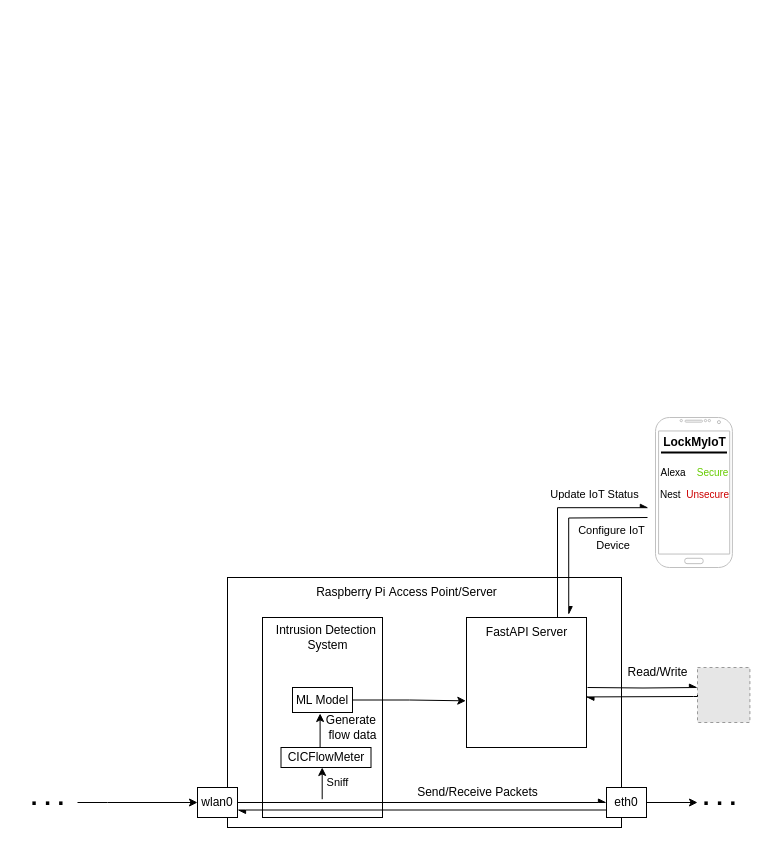
Above: rbp_server.drawio in smalih/iot_monitor (draw.io), before the change. Source tidied: cells renumbered, new cells numbered last; positions are measured from the earlier drawing's top-left corner, leaving out a move shared by most shapes. Both pictures are drawn from the tidied source at 100%, with x=0, y=0 at pixel (17, 417). Pictures stored in the file or linked from it are replaced by grey dashed boxes.
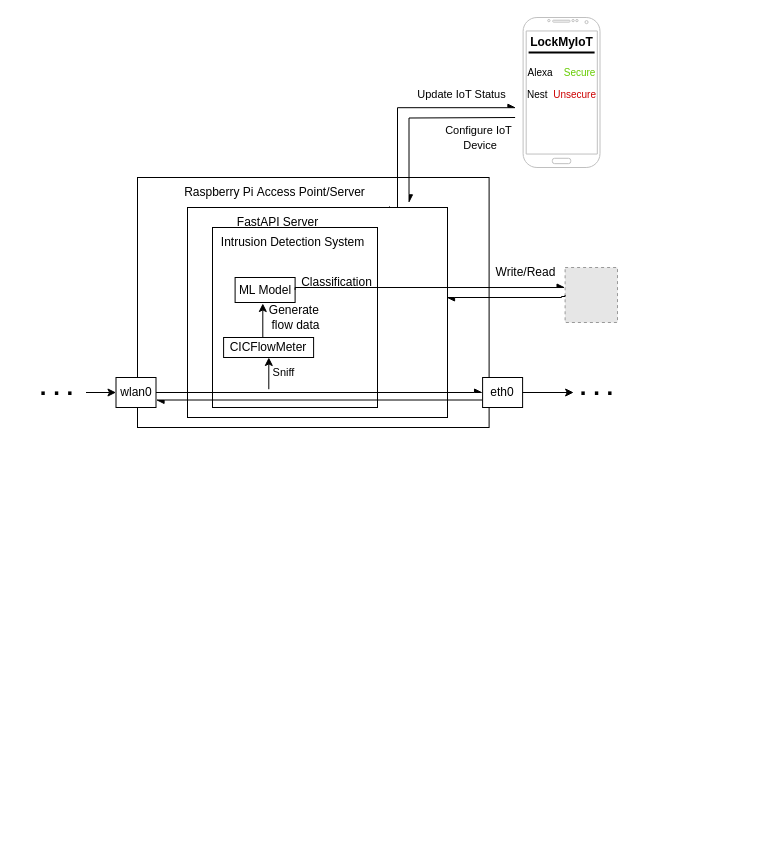
Above is the later version.

What changed in the source:
```diff
@@
-    <mxCell id="2" style="rounded=0;whiteSpace=wrap;html=1;" parent="1" vertex="1">
-      <mxGeometry x="210" y="160" width="394" height="250" as="geometry" />
-    </mxCell>
+    <mxCell id="37" style="rounded=0;whiteSpace=wrap;html=1;" parent="1" vertex="1">
+      <mxGeometry x="120" y="-240" width="351.6" height="250" as="geometry" />
+    </mxCell>
     <mxCell id="3" value="Raspberry Pi&amp;nbsp;&lt;span style=&quot;background-color: transparent; color: light-dark(rgb(0, 0, 0), rgb(255, 255, 255));&quot;&gt;Access Point/Server&lt;/span&gt;" style="text;html=1;align=center;verticalAlign=middle;strokeColor=none;fillColor=none;" parent="1" vertex="1">
-      <mxGeometry x="289" y="160" width="200" height="30" as="geometry" />
+      <mxGeometry x="156.6" y="-240" width="200" height="30" as="geometry" />
     </mxCell>
-    <mxCell id="4" value="Send/Receive Packets" style="text;html=1;align=center;verticalAlign=middle;strokeColor=none;fillColor=none;" parent="1" vertex="1">
-      <mxGeometry x="389.5" y="360" width="140" height="30" as="geometry" />
-    </mxCell>
-    <mxCell id="5" style="whiteSpace=wrap;html=1;" parent="1" vertex="1">
-      <mxGeometry x="245" y="200" width="120" height="200" as="geometry" />
-    </mxCell>
+    <mxCell id="38" style="whiteSpace=wrap;html=1;" parent="1" vertex="1">
+      <mxGeometry x="170" y="-210" width="260" height="210" as="geometry" />
+    </mxCell>
+    <mxCell id="39" style="whiteSpace=wrap;html=1;" parent="1" vertex="1">
+      <mxGeometry x="195" y="-190" width="165" height="180" as="geometry" />
+    </mxCell>
-    <mxCell id="6" value="Intrusion Detection&amp;nbsp;&lt;div&gt;System&lt;/div&gt;" style="text;html=1;align=center;verticalAlign=middle;strokeColor=none;fillColor=none;" parent="1" vertex="1">
-      <mxGeometry x="245" y="200" width="130" height="40" as="geometry" />
+    <mxCell id="6" value="Intrusion Detection&amp;nbsp;&lt;span style=&quot;background-color: transparent; color: light-dark(rgb(0, 0, 0), rgb(255, 255, 255));&quot;&gt;System&lt;/span&gt;" style="text;html=1;align=center;verticalAlign=middle;strokeColor=none;fillColor=none;" parent="1" vertex="1">
+      <mxGeometry x="190" y="-190" width="170" height="30" as="geometry" />
     </mxCell>
     <mxCell id="7" value="CICFlowMeter" style="whiteSpace=wrap;html=1;" parent="1" vertex="1">
-      <mxGeometry x="263.5" y="330" width="90" height="20" as="geometry" />
+      <mxGeometry x="206.1" y="-80" width="90" height="20" as="geometry" />
     </mxCell>
     <mxCell id="8" value="ML Model" style="whiteSpace=wrap;html=1;" parent="1" vertex="1">
-      <mxGeometry x="275" y="270" width="60" height="25" as="geometry" />
+      <mxGeometry x="217.6" y="-140" width="60" height="25" as="geometry" />
     </mxCell>
-    <mxCell id="9" style="whiteSpace=wrap;html=1;" parent="1" vertex="1">
-      <mxGeometry x="449" y="200" width="120" height="130" as="geometry" />
-    </mxCell>
     <mxCell id="10" value="FastAPI Server" style="text;html=1;align=center;verticalAlign=middle;points=[];strokeColor=none;fillColor=none;" parent="1" vertex="1">
-      <mxGeometry x="459" y="200" width="100" height="30" as="geometry" />
+      <mxGeometry x="210" y="-210" width="100" height="30" as="geometry" />
     </mxCell>
-    <mxCell id="11" style="edgeStyle=orthogonalEdgeStyle;rounded=0;orthogonalLoop=1;jettySize=auto;html=1;" parent="1" edge="1">
-      <mxGeometry relative="1" as="geometry">
-        <mxPoint x="307.4" y="330" as="sourcePoint" />
-        <mxPoint x="302.6" y="296" as="targetPoint" />
-      </mxGeometry>
-    </mxCell>
-    <mxCell id="12" style="edgeStyle=orthogonalEdgeStyle;rounded=0;jettySize=auto;html=1;entryX=-0.006;entryY=0.641;entryDx=0;entryDy=0;entryPerimeter=0;" parent="1" edge="1" source="8" target="9">
-      <mxGeometry relative="1" as="geometry" />
-    </mxCell>
-    <mxCell id="13" style="fillColor=#E6E6E6;strokeColor=#999999;dashed=1;verticalLabelPosition=bottom;labelBackgroundColor=default;verticalAlign=top;" parent="1" vertex="1">
-      <mxGeometry x="680" y="250" width="52.4" height="55" as="geometry" />
-    </mxCell>
-    <mxCell id="14" style="verticalLabelPosition=bottom;verticalAlign=top;html=1;shadow=0;dashed=0;strokeWidth=1;shape=mxgraph.android.phone2;strokeColor=#c0c0c0;" parent="1" vertex="1">
-      <mxGeometry x="638" width="76.9" height="150" as="geometry" />
-    </mxCell>
+    <mxCell id="40" style="edgeStyle=orthogonalEdgeStyle;rounded=0;orthogonalLoop=1;jettySize=auto;html=1;" parent="1" edge="1">
+      <mxGeometry relative="1" as="geometry">
+        <mxPoint x="250" y="-80" as="sourcePoint" />
+        <mxPoint x="245.3" y="-114" as="targetPoint" />
+      </mxGeometry>
+    </mxCell>
+    <mxCell id="41" style="fillColor=#E6E6E6;strokeColor=#999999;dashed=1;verticalLabelPosition=bottom;labelBackgroundColor=default;verticalAlign=top;" parent="1" vertex="1">
+      <mxGeometry x="547.6" y="-150" width="52.4" height="55" as="geometry" />
+    </mxCell>
+    <mxCell id="42" style="verticalLabelPosition=bottom;verticalAlign=top;html=1;shadow=0;dashed=0;strokeWidth=1;shape=mxgraph.android.phone2;strokeColor=#c0c0c0;" parent="1" vertex="1">
+      <mxGeometry x="505.6" y="-400" width="76.9" height="150" as="geometry" />
+    </mxCell>
     <mxCell id="15" value="&lt;font style=&quot;font-size: 10px;&quot;&gt;Alexa&amp;nbsp; &amp;nbsp; &lt;font style=&quot;color: rgb(102, 204, 0);&quot;&gt;Secure&lt;/font&gt;&lt;/font&gt;" style="text;html=1;align=center;verticalAlign=middle;strokeColor=none;fillColor=none;" parent="1" vertex="1">
-      <mxGeometry x="631.5" y="40" width="90" height="30" as="geometry" />
+      <mxGeometry x="499.1" y="-360" width="90" height="30" as="geometry" />
     </mxCell>
     <mxCell id="16" value="&lt;font style=&quot;font-size: 10px;&quot;&gt;Nest&amp;nbsp; &lt;font style=&quot;color: rgb(204, 0, 0);&quot;&gt;Unsecure&lt;/font&gt;&lt;/font&gt;" style="text;html=1;align=center;verticalAlign=middle;points=[];strokeColor=none;fillColor=none;" parent="1" vertex="1">
-      <mxGeometry x="631.5" y="62" width="90" height="30" as="geometry" />
+      <mxGeometry x="499.1" y="-338" width="90" height="30" as="geometry" />
     </mxCell>
     <mxCell id="17" value="&lt;b&gt;LockMyIoT&lt;/b&gt;" style="text;html=1;align=center;verticalAlign=middle;strokeColor=none;fillColor=none;" parent="1" vertex="1">
-      <mxGeometry x="631.5" y="10" width="90" height="30" as="geometry" />
+      <mxGeometry x="499.1" y="-390" width="90" height="30" as="geometry" />
     </mxCell>
-    <mxCell id="18" style="line;strokeWidth=2;html=1;" parent="1" vertex="1">
-      <mxGeometry x="643.5" y="30" width="66" height="10" as="geometry" />
-    </mxCell>
+    <mxCell id="43" style="line;strokeWidth=2;html=1;" parent="1" vertex="1">
+      <mxGeometry x="511.1" y="-370" width="66" height="10" as="geometry" />
+    </mxCell>
@@
     <mxCell id="20" value="eth0" style="rounded=0;whiteSpace=wrap;html=1;" parent="1" vertex="1">
-      <mxGeometry x="589" y="370" width="40" height="30" as="geometry" />
+      <mxGeometry x="465.1" y="-40" width="40" height="30" as="geometry" />
     </mxCell>
@@
     <mxCell id="22" value="wlan0" style="rounded=0;whiteSpace=wrap;html=1;" parent="1" vertex="1">
-      <mxGeometry x="180" y="370" width="40" height="30" as="geometry" />
+      <mxGeometry x="98.5" y="-40" width="40" height="30" as="geometry" />
     </mxCell>
     <mxCell id="23" value="&lt;font style=&quot;font-size: 11px;&quot;&gt;Sniff&lt;/font&gt;" style="text;html=1;align=center;verticalAlign=middle;points=[];strokeColor=none;fillColor=none;" parent="1" vertex="1">
-      <mxGeometry x="294.5" y="350" width="50" height="30" as="geometry" />
+      <mxGeometry x="241.1" y="-60" width="50" height="30" as="geometry" />
     </mxCell>
-    <mxCell id="24" style="endArrow=classic;html=1;rounded=0;entryX=0.5;entryY=1;entryDx=0;entryDy=0;exitX=0.204;exitY=1.057;exitDx=0;exitDy=0;exitPerimeter=0;" parent="1" edge="1" source="23">
-      <mxGeometry relative="1" as="geometry">
-        <mxPoint x="304.7" y="350" as="targetPoint" />
-      </mxGeometry>
-    </mxCell>
+    <mxCell id="44" style="endArrow=classic;html=1;rounded=0;entryX=0.5;entryY=1;entryDx=0;entryDy=0;exitX=0.204;exitY=1.057;exitDx=0;exitDy=0;exitPerimeter=0;" parent="1" edge="1" source="23">
+      <mxGeometry relative="1" as="geometry">
+        <mxPoint x="251.3" y="-60" as="targetPoint" />
+      </mxGeometry>
+    </mxCell>
     <mxCell id="25" value="Generate&amp;nbsp;&lt;div&gt;flow data&lt;/div&gt;" style="text;html=1;align=center;verticalAlign=middle;strokeColor=none;fillColor=none;" parent="1" vertex="1">
-      <mxGeometry x="295" y="290" width="80" height="40" as="geometry" />
+      <mxGeometry x="237.6" y="-120" width="80" height="40" as="geometry" />
     </mxCell>
-    <mxCell id="26" style="edgeStyle=orthogonalEdgeStyle;rounded=0;jettySize=auto;html=1;exitX=0;exitY=0.5;exitDx=0;exitDy=0;endArrow=async;endFill=1;entryX=0.995;entryY=0.611;entryDx=0;entryDy=0;entryPerimeter=0;" parent="1" edge="1" source="13" target="9">
-      <mxGeometry relative="1" as="geometry">
-        <Array as="points">
-          <mxPoint x="680" y="279" />
-          <mxPoint x="676" y="279" />
-        </Array>
-      </mxGeometry>
-    </mxCell>
-    <mxCell id="27" style="edgeStyle=orthogonalEdgeStyle;rounded=0;jettySize=auto;html=1;endArrow=async;endFill=1;entryX=0;entryY=0.364;entryDx=0;entryDy=0;entryPerimeter=0;" parent="1" edge="1" target="13">
-      <mxGeometry relative="1" as="geometry">
-        <mxPoint x="570" y="270" as="sourcePoint" />
-      </mxGeometry>
-    </mxCell>
-    <mxCell id="28" style="edgeStyle=orthogonalEdgeStyle;rounded=0;jettySize=auto;html=1;endArrow=async;endFill=1;entryX=0.852;entryY=-0.022;entryDx=0;entryDy=0;entryPerimeter=0;" parent="1" edge="1" target="9">
-      <mxGeometry relative="1" as="geometry">
-        <mxPoint x="630" y="100" as="sourcePoint" />
-      </mxGeometry>
-    </mxCell>
-    <mxCell id="29" style="edgeStyle=orthogonalEdgeStyle;rounded=0;jettySize=auto;html=1;entryX=-0.007;entryY=0.94;entryDx=0;entryDy=0;entryPerimeter=0;endArrow=async;endFill=1;" parent="1" edge="1" source="10" target="16">
-      <mxGeometry relative="1" as="geometry">
-        <Array as="points">
-          <mxPoint x="540" y="90" />
-        </Array>
-      </mxGeometry>
-    </mxCell>
-    <mxCell id="30" value="Read/Write" style="text;html=1;align=center;verticalAlign=middle;strokeColor=none;fillColor=none;" parent="1" vertex="1">
-      <mxGeometry x="600" y="240" width="80" height="30" as="geometry" />
-    </mxCell>
+    <mxCell id="45" style="edgeStyle=orthogonalEdgeStyle;rounded=0;jettySize=auto;html=1;exitX=0;exitY=0.5;exitDx=0;exitDy=0;endArrow=async;endFill=1;" parent="1" edge="1" source="41">
+      <mxGeometry relative="1" as="geometry">
+        <mxPoint x="429" y="-120" as="targetPoint" />
+        <Array as="points">
+          <mxPoint x="548" y="-121" />
+          <mxPoint x="544" y="-121" />
+          <mxPoint x="544" y="-120" />
+          <mxPoint x="429" y="-120" />
+        </Array>
+      </mxGeometry>
+    </mxCell>
+    <mxCell id="46" style="edgeStyle=orthogonalEdgeStyle;rounded=0;jettySize=auto;html=1;endArrow=async;endFill=1;entryX=0;entryY=0.364;entryDx=0;entryDy=0;entryPerimeter=0;exitX=1;exitY=0.5;exitDx=0;exitDy=0;" parent="1" edge="1" source="8" target="41">
+      <mxGeometry relative="1" as="geometry">
+        <Array as="points">
+          <mxPoint x="278" y="-130" />
+        </Array>
+      </mxGeometry>
+    </mxCell>
+    <mxCell id="47" style="edgeStyle=orthogonalEdgeStyle;rounded=0;jettySize=auto;html=1;endArrow=async;endFill=1;entryX=0.852;entryY=-0.022;entryDx=0;entryDy=0;entryPerimeter=0;" parent="1" edge="1" target="38">
+      <mxGeometry relative="1" as="geometry">
+        <mxPoint x="497.6" y="-300" as="sourcePoint" />
+      </mxGeometry>
+    </mxCell>
+    <mxCell id="48" style="edgeStyle=orthogonalEdgeStyle;rounded=0;jettySize=auto;html=1;entryX=-0.007;entryY=0.94;entryDx=0;entryDy=0;entryPerimeter=0;endArrow=async;endFill=1;exitX=0.777;exitY=-0.005;exitDx=0;exitDy=0;exitPerimeter=0;" parent="1" edge="1" source="38" target="16">
+      <mxGeometry relative="1" as="geometry">
+        <Array as="points">
+          <mxPoint x="372" y="-210" />
+          <mxPoint x="380" y="-210" />
+          <mxPoint x="380" y="-310" />
+        </Array>
+      </mxGeometry>
+    </mxCell>
+    <mxCell id="49" value="Write/Read" style="text;html=1;align=center;verticalAlign=middle;strokeColor=none;fillColor=none;" parent="1" vertex="1">
+      <mxGeometry x="467.6" y="-160" width="80" height="30" as="geometry" />
+    </mxCell>
     <mxCell id="31" value="&lt;font style=&quot;font-size: 11px;&quot;&gt;Update IoT Status&lt;/font&gt;" style="text;html=1;align=center;verticalAlign=middle;strokeColor=none;fillColor=none;" parent="1" vertex="1">
-      <mxGeometry x="521.5" y="62" width="110" height="30" as="geometry" />
+      <mxGeometry x="389.1" y="-338" width="110" height="30" as="geometry" />
     </mxCell>
     <mxCell id="32" value="&lt;font style=&quot;font-size: 11px;&quot;&gt;Configure IoT&lt;/font&gt;&lt;div&gt;&lt;font style=&quot;font-size: 11px;&quot;&gt;&amp;nbsp;Device&lt;/font&gt;&lt;/div&gt;" style="text;html=1;align=center;verticalAlign=middle;strokeColor=none;fillColor=none;" parent="1" vertex="1">
-      <mxGeometry x="548.5" y="100" width="90" height="40" as="geometry" />
+      <mxGeometry x="416.1" y="-300" width="90" height="40" as="geometry" />
     </mxCell>
-    <mxCell id="33" style="edgeStyle=orthogonalEdgeStyle;rounded=0;jettySize=auto;html=1;entryX=0;entryY=0.5;entryDx=0;entryDy=0;" parent="1" edge="1" source="34" target="22">
-      <mxGeometry relative="1" as="geometry">
-        <Array as="points">
-          <mxPoint x="90" y="385" />
-          <mxPoint x="90" y="385" />
-        </Array>
-      </mxGeometry>
-    </mxCell>
-    <mxCell id="34" value="&lt;b&gt;&lt;font style=&quot;font-size: 24px;&quot;&gt;. . .&lt;/font&gt;&lt;/b&gt;" style="text;html=1;align=center;verticalAlign=middle;points=[];strokeColor=none;fillColor=none;" parent="1" vertex="1">
-      <mxGeometry y="360" width="60" height="40" as="geometry" />
-    </mxCell>
-    <mxCell id="35" value="&lt;b&gt;&lt;font style=&quot;font-size: 24px;&quot;&gt;. . .&lt;/font&gt;&lt;/b&gt;" style="text;html=1;align=center;verticalAlign=middle;points=[];strokeColor=none;fillColor=none;" parent="1" vertex="1">
-      <mxGeometry x="672.4" y="360" width="60" height="40" as="geometry" />
-    </mxCell>
-    <mxCell id="36" style="edgeStyle=orthogonalEdgeStyle;rounded=0;jettySize=auto;html=1;entryX=0.127;entryY=0.625;entryDx=0;entryDy=0;entryPerimeter=0;" parent="1" edge="1" source="20" target="35">
-      <mxGeometry relative="1" as="geometry" />
-    </mxCell>
+    <mxCell id="50" style="edgeStyle=orthogonalEdgeStyle;rounded=0;jettySize=auto;html=1;entryX=0;entryY=0.5;entryDx=0;entryDy=0;" parent="1" edge="1" source="51" target="22">
+      <mxGeometry relative="1" as="geometry">
+        <Array as="points">
+          <mxPoint x="8.5" y="-25" />
+          <mxPoint x="8.5" y="-25" />
+        </Array>
+      </mxGeometry>
+    </mxCell>
+    <mxCell id="51" value="&lt;b&gt;&lt;font style=&quot;font-size: 24px;&quot;&gt;. . .&lt;/font&gt;&lt;/b&gt;" style="text;html=1;align=center;verticalAlign=middle;points=[];strokeColor=none;fillColor=none;" parent="1" vertex="1">
+      <mxGeometry x="8.5" y="-50" width="60" height="40" as="geometry" />
+    </mxCell>
+    <mxCell id="52" value="&lt;b&gt;&lt;font style=&quot;font-size: 24px;&quot;&gt;. . .&lt;/font&gt;&lt;/b&gt;" style="text;html=1;align=center;verticalAlign=middle;points=[];strokeColor=none;fillColor=none;" parent="1" vertex="1">
+      <mxGeometry x="548.5" y="-50" width="60" height="40" as="geometry" />
+    </mxCell>
+    <mxCell id="53" style="edgeStyle=orthogonalEdgeStyle;rounded=0;jettySize=auto;html=1;entryX=0.127;entryY=0.625;entryDx=0;entryDy=0;entryPerimeter=0;" parent="1" edge="1" source="20" target="52">
+      <mxGeometry relative="1" as="geometry" />
+    </mxCell>
+    <mxCell id="54" value="Classification" style="text;html=1;align=center;verticalAlign=middle;strokeColor=none;fillColor=none;" parent="1" vertex="1">
+      <mxGeometry x="274" y="-150" width="90" height="30" as="geometry" />
+    </mxCell>
```
